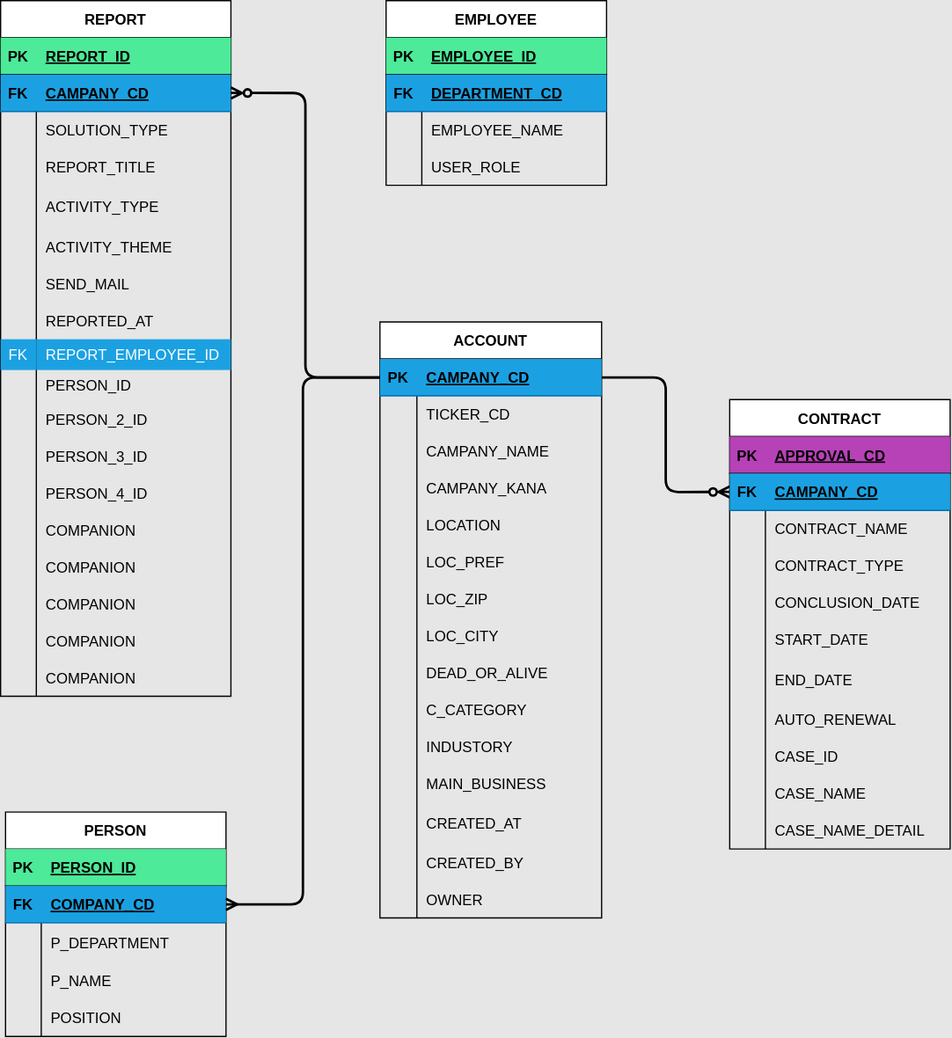
This is fmicrm-er.drawio.svg from dando-charon/st-crm-work, a draw.io export, as it was before one commit. Source tidied: cells renumbered, new cells last; positions are measured from the earlier drawing's top-left corner, leaving out a move shared by most shapes.
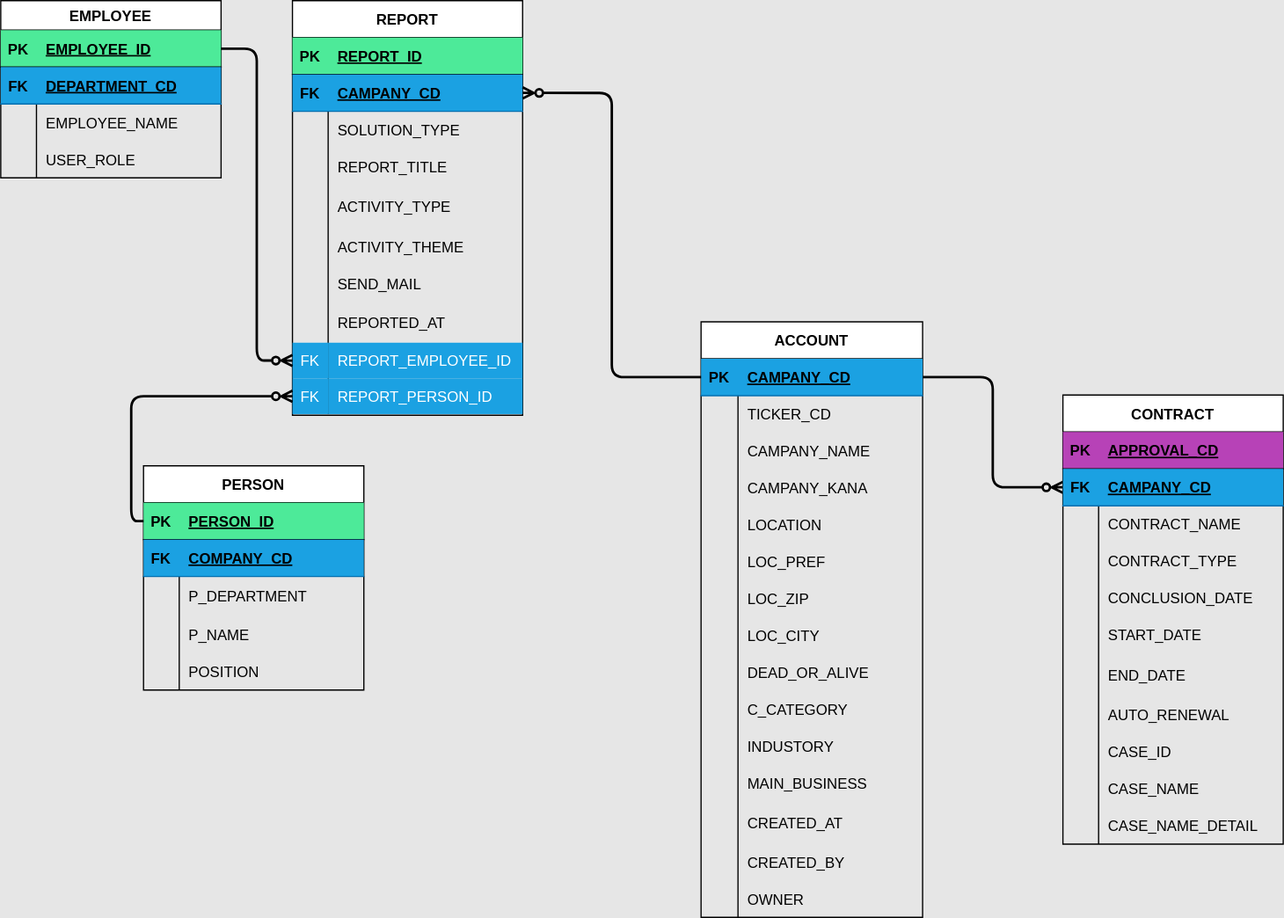
Later version of the same file.

What changed in the source:
```diff
@@ -6,7 +6,7 @@
       <mxGeometry relative="1" as="geometry" />
     </mxCell>
     <mxCell id="3" value="ACCOUNT" style="shape=table;startSize=30;rowLines=0;fontStyle=1;align=center;gradientColor=none;strokeColor=#000000;" parent="1" vertex="1">
-      <mxGeometry x="308" y="261" width="180" height="484" as="geometry" />
+      <mxGeometry x="332" y="261" width="180" height="484" as="geometry" />
     </mxCell>
     <mxCell id="4" style="shape=tableRow;horizontal=0;startSize=0;swimlaneHead=0;swimlaneBody=0;fillColor=#1ba1e2;points=[[0,0.5],[1,0.5]];portConstraint=eastwest;top=0;left=0;right=0;bottom=1;swimlaneFillColor=#197123;strokeColor=#006EAF;fontColor=#ffffff;" parent="3" vertex="1">
       <mxGeometry y="30" width="180" height="30" as="geometry" />
@@ -144,7 +144,7 @@
       <mxGeometry x="30" width="150" height="30" as="geometry" />
     </mxCell>
     <mxCell id="49" value="CONTRACT" style="shape=table;startSize=30;rowLines=0;fontStyle=1;align=center;strokeColor=#000000;" parent="1" vertex="1">
-      <mxGeometry x="592" y="324" width="179" height="365" as="geometry" />
+      <mxGeometry x="626" y="320.5" width="179" height="365" as="geometry" />
     </mxCell>
     <mxCell id="50" style="shape=tableRow;horizontal=0;startSize=0;swimlaneHead=0;swimlaneBody=0;fillColor=#B742B7;top=0;left=0;right=0;bottom=1;swimlaneFillColor=#A3FF19;" parent="49" vertex="1">
       <mxGeometry y="30" width="179" height="30" as="geometry" />
@@ -246,7 +246,7 @@
       <mxGeometry x="29" width="150" height="30" as="geometry" />
     </mxCell>
     <mxCell id="83" value="REPORT" style="shape=table;startSize=30;rowLines=0;fontStyle=1;align=center;strokeColor=#000000;" parent="1" vertex="1">
-      <mxGeometry width="187" height="565" as="geometry" />
+      <mxGeometry width="187" height="336.9" as="geometry" />
     </mxCell>
     <mxCell id="84" style="shape=tableRow;horizontal=0;startSize=0;swimlaneHead=0;swimlaneBody=0;fillColor=#4dea99;top=0;left=0;right=0;bottom=1;swimlaneFillColor=#A3FF19;" parent="83" vertex="1">
       <mxGeometry y="30" width="187" height="30" as="geometry" />
@@ -312,109 +312,37 @@
       <mxGeometry x="29" width="158" height="30" as="geometry" />
     </mxCell>
     <mxCell id="105" style="shape=tableRow;horizontal=0;startSize=0;swimlaneHead=0;swimlaneBody=0;fillColor=none;top=0;left=0;right=0;bottom=0;" parent="83" vertex="1">
-      <mxGeometry y="245" width="187" height="30" as="geometry" />
+      <mxGeometry y="245" width="187" height="33" as="geometry" />
     </mxCell>
     <mxCell id="106" style="shape=partialRectangle;fillColor=none;top=0;left=0;bottom=0;right=0;overflow=hidden;" parent="105" vertex="1">
-      <mxGeometry width="29" height="30" as="geometry" />
+      <mxGeometry width="29" height="33" as="geometry" />
     </mxCell>
     <mxCell id="107" value="REPORTED_AT" style="shape=partialRectangle;fillColor=none;top=0;left=0;bottom=0;right=0;align=left;spacingLeft=6;overflow=hidden;fontColor=#000000;" parent="105" vertex="1">
-      <mxGeometry x="29" width="158" height="30" as="geometry" />
+      <mxGeometry x="29" width="158" height="33" as="geometry" />
     </mxCell>
     <mxCell id="108" style="shape=tableRow;horizontal=0;startSize=0;swimlaneHead=0;swimlaneBody=0;fillColor=none;points=[[0,0.5],[1,0.5]];portConstraint=eastwest;top=0;left=0;right=0;bottom=0;" parent="83" vertex="1">
-      <mxGeometry y="275" width="187" height="25" as="geometry" />
+      <mxGeometry y="278" width="187" height="29" as="geometry" />
     </mxCell>
     <mxCell id="109" value="FK" style="shape=partialRectangle;fillColor=#1ba1e2;top=0;left=0;bottom=0;right=0;overflow=hidden;fontColor=#ffffff;strokeColor=#006EAF;" parent="108" vertex="1">
-      <mxGeometry width="29" height="25" as="geometry" />
+      <mxGeometry width="29" height="29" as="geometry" />
     </mxCell>
     <mxCell id="110" value="REPORT_EMPLOYEE_ID" style="shape=partialRectangle;fillColor=#1ba1e2;top=0;left=0;bottom=0;right=0;align=left;spacingLeft=6;overflow=hidden;fontColor=#ffffff;strokeColor=#006EAF;" parent="108" vertex="1">
-      <mxGeometry x="29" width="158" height="25" as="geometry" />
+      <mxGeometry x="29" width="158" height="29" as="geometry" />
     </mxCell>
-    <mxCell id="111" style="shape=tableRow;horizontal=0;startSize=0;swimlaneHead=0;swimlaneBody=0;fillColor=none;top=0;left=0;right=0;bottom=0;" parent="83" vertex="1">
-      <mxGeometry y="300" width="187" height="25" as="geometry" />
-    </mxCell>
-    <mxCell id="112" style="shape=partialRectangle;fillColor=none;top=0;left=0;bottom=0;right=0;overflow=hidden;" parent="111" vertex="1">
-      <mxGeometry width="29" height="25" as="geometry" />
-    </mxCell>
-    <mxCell id="113" value="PERSON_ID" style="shape=partialRectangle;fillColor=none;top=0;left=0;bottom=0;right=0;align=left;spacingLeft=6;overflow=hidden;fontColor=#000000;" parent="111" vertex="1">
-      <mxGeometry x="29" width="158" height="25" as="geometry" />
-    </mxCell>
-    <mxCell id="114" style="shape=tableRow;horizontal=0;startSize=0;swimlaneHead=0;swimlaneBody=0;fillColor=none;top=0;left=0;right=0;bottom=0;" parent="83" vertex="1">
-      <mxGeometry y="325" width="187" height="30" as="geometry" />
-    </mxCell>
-    <mxCell id="115" style="shape=partialRectangle;fillColor=none;top=0;left=0;bottom=0;right=0;overflow=hidden;" parent="114" vertex="1">
-      <mxGeometry width="29" height="30" as="geometry" />
-    </mxCell>
-    <mxCell id="116" value="PERSON_2_ID" style="shape=partialRectangle;fillColor=none;top=0;left=0;bottom=0;right=0;align=left;spacingLeft=6;overflow=hidden;fontColor=#000000;" parent="114" vertex="1">
-      <mxGeometry x="29" width="158" height="30" as="geometry" />
-    </mxCell>
-    <mxCell id="117" style="shape=tableRow;horizontal=0;startSize=0;swimlaneHead=0;swimlaneBody=0;fillColor=none;top=0;left=0;right=0;bottom=0;" parent="83" vertex="1">
-      <mxGeometry y="355" width="187" height="30" as="geometry" />
-    </mxCell>
-    <mxCell id="118" style="shape=partialRectangle;fillColor=none;top=0;left=0;bottom=0;right=0;overflow=hidden;" parent="117" vertex="1">
-      <mxGeometry width="29" height="30" as="geometry" />
-    </mxCell>
-    <mxCell id="119" value="PERSON_3_ID" style="shape=partialRectangle;fillColor=none;top=0;left=0;bottom=0;right=0;align=left;spacingLeft=6;overflow=hidden;fontColor=#000000;" parent="117" vertex="1">
-      <mxGeometry x="29" width="158" height="30" as="geometry" />
-    </mxCell>
-    <mxCell id="120" style="shape=tableRow;horizontal=0;startSize=0;swimlaneHead=0;swimlaneBody=0;fillColor=none;top=0;left=0;right=0;bottom=0;" parent="83" vertex="1">
-      <mxGeometry y="385" width="187" height="30" as="geometry" />
-    </mxCell>
-    <mxCell id="121" style="shape=partialRectangle;fillColor=none;top=0;left=0;bottom=0;right=0;overflow=hidden;" parent="120" vertex="1">
-      <mxGeometry width="29" height="30" as="geometry" />
-    </mxCell>
-    <mxCell id="122" value="PERSON_4_ID" style="shape=partialRectangle;fillColor=none;top=0;left=0;bottom=0;right=0;align=left;spacingLeft=6;overflow=hidden;fontColor=#000000;" parent="120" vertex="1">
-      <mxGeometry x="29" width="158" height="30" as="geometry" />
-    </mxCell>
-    <mxCell id="123" style="shape=tableRow;horizontal=0;startSize=0;swimlaneHead=0;swimlaneBody=0;fillColor=none;top=0;left=0;right=0;bottom=0;" parent="83" vertex="1">
-      <mxGeometry y="415" width="187" height="30" as="geometry" />
-    </mxCell>
-    <mxCell id="124" style="shape=partialRectangle;fillColor=none;top=0;left=0;bottom=0;right=0;overflow=hidden;" parent="123" vertex="1">
-      <mxGeometry width="29" height="30" as="geometry" />
-    </mxCell>
-    <mxCell id="125" value="COMPANION" style="shape=partialRectangle;fillColor=none;top=0;left=0;bottom=0;right=0;align=left;spacingLeft=6;overflow=hidden;fontColor=#000000;" parent="123" vertex="1">
-      <mxGeometry x="29" width="158" height="30" as="geometry" />
-    </mxCell>
-    <mxCell id="126" style="shape=tableRow;horizontal=0;startSize=0;swimlaneHead=0;swimlaneBody=0;fillColor=none;top=0;left=0;right=0;bottom=0;" parent="83" vertex="1">
-      <mxGeometry y="445" width="187" height="30" as="geometry" />
-    </mxCell>
-    <mxCell id="127" style="shape=partialRectangle;fillColor=none;top=0;left=0;bottom=0;right=0;overflow=hidden;" parent="126" vertex="1">
-      <mxGeometry width="29" height="30" as="geometry" />
-    </mxCell>
-    <mxCell id="128" value="COMPANION" style="shape=partialRectangle;fillColor=none;top=0;left=0;bottom=0;right=0;align=left;spacingLeft=6;overflow=hidden;fontColor=#000000;" parent="126" vertex="1">
-      <mxGeometry x="29" width="158" height="30" as="geometry" />
-    </mxCell>
-    <mxCell id="129" style="shape=tableRow;horizontal=0;startSize=0;swimlaneHead=0;swimlaneBody=0;fillColor=none;top=0;left=0;right=0;bottom=0;" parent="83" vertex="1">
-      <mxGeometry y="475" width="187" height="30" as="geometry" />
-    </mxCell>
-    <mxCell id="130" style="shape=partialRectangle;fillColor=none;top=0;left=0;bottom=0;right=0;overflow=hidden;" parent="129" vertex="1">
-      <mxGeometry width="29" height="30" as="geometry" />
-    </mxCell>
-    <mxCell id="131" value="COMPANION" style="shape=partialRectangle;fillColor=none;top=0;left=0;bottom=0;right=0;align=left;spacingLeft=6;overflow=hidden;fontColor=#000000;" parent="129" vertex="1">
-      <mxGeometry x="29" width="158" height="30" as="geometry" />
-    </mxCell>
-    <mxCell id="132" style="shape=tableRow;horizontal=0;startSize=0;swimlaneHead=0;swimlaneBody=0;fillColor=none;top=0;left=0;right=0;bottom=0;" parent="83" vertex="1">
-      <mxGeometry y="505" width="187" height="30" as="geometry" />
-    </mxCell>
-    <mxCell id="133" style="shape=partialRectangle;fillColor=none;top=0;left=0;bottom=0;right=0;overflow=hidden;" parent="132" vertex="1">
-      <mxGeometry width="29" height="30" as="geometry" />
-    </mxCell>
-    <mxCell id="134" value="COMPANION" style="shape=partialRectangle;fillColor=none;top=0;left=0;bottom=0;right=0;align=left;spacingLeft=6;overflow=hidden;fontColor=#000000;" parent="132" vertex="1">
-      <mxGeometry x="29" width="158" height="30" as="geometry" />
-    </mxCell>
-    <mxCell id="135" style="shape=tableRow;horizontal=0;startSize=0;swimlaneHead=0;swimlaneBody=0;fillColor=none;top=0;left=0;right=0;bottom=0;" parent="83" vertex="1">
-      <mxGeometry y="535" width="187" height="30" as="geometry" />
-    </mxCell>
-    <mxCell id="136" style="shape=partialRectangle;fillColor=none;top=0;left=0;bottom=0;right=0;overflow=hidden;" parent="135" vertex="1">
-      <mxGeometry width="29" height="30" as="geometry" />
-    </mxCell>
-    <mxCell id="137" value="COMPANION" style="shape=partialRectangle;fillColor=none;top=0;left=0;bottom=0;right=0;align=left;spacingLeft=6;overflow=hidden;fontColor=#000000;" parent="135" vertex="1">
-      <mxGeometry x="29" width="158" height="30" as="geometry" />
-    </mxCell>
+    <mxCell id="169" style="shape=tableRow;horizontal=0;startSize=0;swimlaneHead=0;swimlaneBody=0;fillColor=none;points=[[0,0.5],[1,0.5]];portConstraint=eastwest;top=0;left=0;right=0;bottom=0;" parent="83" vertex="1">
+      <mxGeometry y="307" width="187" height="29" as="geometry" />
+    </mxCell>
+    <mxCell id="170" value="FK" style="shape=partialRectangle;fillColor=#1ba1e2;top=0;left=0;bottom=0;right=0;overflow=hidden;fontColor=#ffffff;strokeColor=#006EAF;" parent="169" vertex="1">
+      <mxGeometry width="29" height="29" as="geometry" />
+    </mxCell>
+    <mxCell id="171" value="REPORT_PERSON_ID" style="shape=partialRectangle;fillColor=#1ba1e2;top=0;left=0;bottom=0;right=0;align=left;spacingLeft=6;overflow=hidden;fontColor=#ffffff;strokeColor=#006EAF;" parent="169" vertex="1">
+      <mxGeometry x="29" width="158" height="29" as="geometry" />
+    </mxCell>
-    <mxCell id="138" value="EMPLOYEE" style="shape=table;startSize=30;rowLines=0;fontStyle=1;align=center;strokeColor=#000000;" parent="1" vertex="1">
-      <mxGeometry x="313" width="179" height="150" as="geometry" />
+    <mxCell id="138" value="EMPLOYEE" style="shape=table;startSize=24;rowLines=0;fontStyle=1;align=center;strokeColor=#000000;" parent="1" vertex="1">
+      <mxGeometry x="-237" width="179" height="144" as="geometry" />
     </mxCell>
     <mxCell id="139" style="shape=tableRow;horizontal=0;startSize=0;swimlaneHead=0;swimlaneBody=0;fillColor=#4dea99;points=[[0,0.5],[1,0.5]];portConstraint=eastwest;top=0;left=0;right=0;bottom=1;swimlaneFillColor=#A3FF19;" parent="138" vertex="1">
-      <mxGeometry y="30" width="179" height="30" as="geometry" />
+      <mxGeometry y="24" width="179" height="30" as="geometry" />
     </mxCell>
     <mxCell id="140" value="PK" style="shape=partialRectangle;fillColor=none;top=0;left=0;bottom=0;right=0;fontStyle=1;overflow=hidden;" parent="139" vertex="1">
       <mxGeometry width="29" height="30" as="geometry" />
@@ -423,7 +351,7 @@
       <mxGeometry x="29" width="150" height="30" as="geometry" />
     </mxCell>
     <mxCell id="142" style="shape=tableRow;horizontal=0;startSize=0;swimlaneHead=0;swimlaneBody=0;fillColor=#1ba1e2;top=0;left=0;right=0;bottom=1;swimlaneFillColor=default;fontColor=#ffffff;strokeColor=#006EAF;" parent="138" vertex="1">
-      <mxGeometry y="60" width="179" height="30" as="geometry" />
+      <mxGeometry y="54" width="179" height="30" as="geometry" />
     </mxCell>
     <mxCell id="143" value="FK" style="shape=partialRectangle;fillColor=none;top=0;left=0;bottom=0;right=0;fontStyle=1;overflow=hidden;" parent="142" vertex="1">
       <mxGeometry width="29" height="30" as="geometry" />
@@ -432,7 +360,7 @@
       <mxGeometry x="29" width="150" height="30" as="geometry" />
     </mxCell>
     <mxCell id="145" style="shape=tableRow;horizontal=0;startSize=0;swimlaneHead=0;swimlaneBody=0;fillColor=none;top=0;left=0;right=0;bottom=0;" parent="138" vertex="1">
-      <mxGeometry y="90" width="179" height="30" as="geometry" />
+      <mxGeometry y="84" width="179" height="30" as="geometry" />
     </mxCell>
     <mxCell id="146" style="shape=partialRectangle;fillColor=none;top=0;left=0;bottom=0;right=0;overflow=hidden;" parent="145" vertex="1">
       <mxGeometry width="29" height="30" as="geometry" />
@@ -441,7 +369,7 @@
       <mxGeometry x="29" width="150" height="30" as="geometry" />
     </mxCell>
     <mxCell id="148" style="shape=tableRow;horizontal=0;startSize=0;swimlaneHead=0;swimlaneBody=0;fillColor=none;top=0;left=0;right=0;bottom=0;" parent="138" vertex="1">
-      <mxGeometry y="120" width="179" height="30" as="geometry" />
+      <mxGeometry y="114" width="179" height="30" as="geometry" />
     </mxCell>
     <mxCell id="149" style="shape=partialRectangle;fillColor=none;top=0;left=0;bottom=0;right=0;overflow=hidden;" parent="148" vertex="1">
       <mxGeometry width="29" height="30" as="geometry" />
@@ -450,7 +378,7 @@
       <mxGeometry x="29" width="150" height="30" as="geometry" />
     </mxCell>
     <mxCell id="151" value="PERSON" style="shape=table;startSize=30;rowLines=0;fontStyle=1;align=center;strokeColor=#000000;" parent="1" vertex="1">
-      <mxGeometry x="4" y="659" width="179" height="182.3" as="geometry" />
+      <mxGeometry x="-121" y="378" width="179" height="182.3" as="geometry" />
     </mxCell>
     <mxCell id="152" style="shape=tableRow;horizontal=0;startSize=0;swimlaneHead=0;swimlaneBody=0;fillColor=#4dea99;points=[[0,0.5],[1,0.5]];portConstraint=eastwest;top=0;left=0;right=0;bottom=1;swimlaneFillColor=#A3FF19;" parent="151" vertex="1">
       <mxGeometry y="30" width="179" height="30" as="geometry" />
@@ -497,11 +425,14 @@
     <mxCell id="166" value="POSITION" style="shape=partialRectangle;fillColor=none;top=0;left=0;bottom=0;right=0;align=left;spacingLeft=6;overflow=hidden;fontColor=#000000;" parent="164" vertex="1">
       <mxGeometry x="29" width="150" height="30" as="geometry" />
     </mxCell>
-    <mxCell id="167" style="edgeStyle=orthogonalEdgeStyle;html=1;endArrow=ERmany;endFill=0;strokeWidth=2;exitX=0;exitY=0.5;exitDx=0;exitDy=0;entryX=1;entryY=0.5;entryDx=0;entryDy=0;strokeColor=#000000;" parent="1" edge="1" source="4" target="155">
+    <mxCell id="167" style="edgeStyle=orthogonalEdgeStyle;html=1;endArrow=none;endFill=0;strokeWidth=2;entryX=0;entryY=0.5;entryDx=0;entryDy=0;strokeColor=#000000;exitX=0;exitY=0.5;exitDx=0;exitDy=0;startArrow=ERzeroToMany;startFill=0;" parent="1" edge="1" source="169" target="152">
       <mxGeometry relative="1" as="geometry" />
     </mxCell>
     <mxCell id="168" style="edgeStyle=orthogonalEdgeStyle;html=1;endArrow=ERzeroToMany;endFill=0;strokeWidth=2;strokeColor=#000000;exitX=0;exitY=0.5;exitDx=0;exitDy=0;entryX=1;entryY=0.5;entryDx=0;entryDy=0;" parent="1" edge="1" source="4" target="87">
       <mxGeometry relative="1" as="geometry" />
     </mxCell>
+    <mxCell id="172" style="edgeStyle=orthogonalEdgeStyle;html=1;endArrow=none;endFill=0;strokeWidth=2;exitX=0;exitY=0.5;exitDx=0;exitDy=0;entryX=1;entryY=0.5;entryDx=0;entryDy=0;strokeColor=#000000;startArrow=ERzeroToMany;startFill=0;" parent="1" edge="1" source="108" target="139">
+      <mxGeometry relative="1" as="geometry" />
+    </mxCell>
   </root>
 </mxGraphModel>
```
